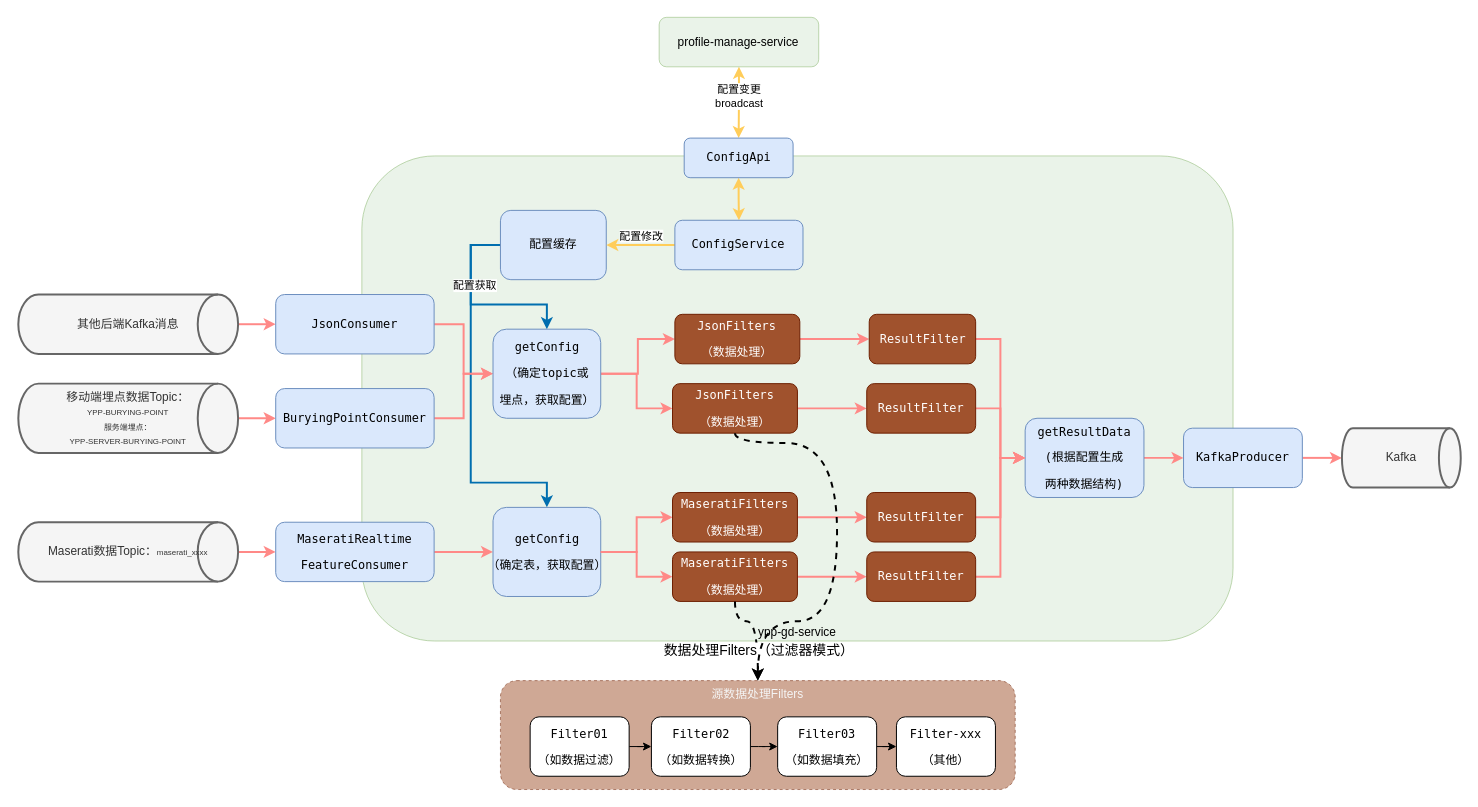
The draw.io diagram gd-service运行视图.drawio in qingchao-kong/draw.io, before the edit. Source tidied: cells renumbered, new cells numbered last; positions are measured from the earlier drawing's top-left corner, leaving out a move shared by most shapes. Both pictures are drawn from the tidied source at 99%, with x=0, y=0 at pixel (18, 17).
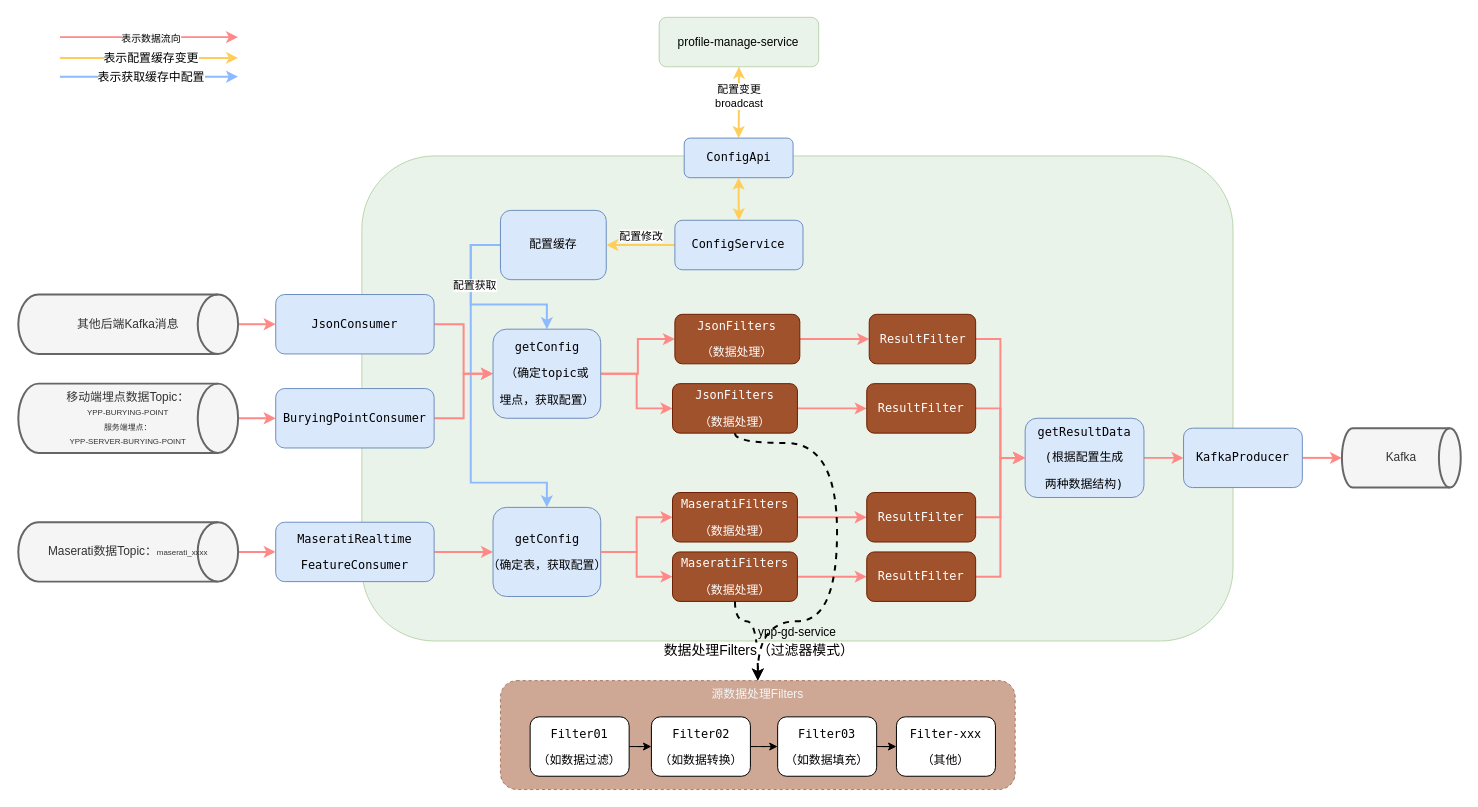
After the change.

The change refers to these unchanged cells:
```xml
<mxCell id="19" value="&lt;pre style=&quot;font-family: &amp;#34;menlo&amp;#34; ; font-size: 9pt&quot;&gt;&lt;pre style=&quot;font-family: &amp;#34;menlo&amp;#34; ; font-size: 9pt&quot;&gt;&lt;pre style=&quot;font-family: &amp;#34;menlo&amp;#34; ; font-size: 9pt&quot;&gt;&lt;pre style=&quot;font-size: 9pt ; font-family: &amp;#34;menlo&amp;#34;&quot;&gt;配置缓存&lt;/pre&gt;&lt;/pre&gt;&lt;/pre&gt;&lt;/pre&gt;" style="rounded=1;whiteSpace=wrap;html=1;fillColor=#dae8fc;strokeColor=#6c8ebf;" parent="1" vertex="1">
  <mxGeometry x="487" y="195" width="106.9" height="70" as="geometry" />
</mxCell>
<mxCell id="23" value="&lt;pre style=&quot;font-family: &amp;#34;menlo&amp;#34; ; font-size: 9pt&quot;&gt;&lt;pre style=&quot;font-family: &amp;#34;menlo&amp;#34; ; font-size: 9pt&quot;&gt;&lt;pre style=&quot;font-family: &amp;#34;menlo&amp;#34; ; font-size: 9pt&quot;&gt;&lt;pre style=&quot;font-size: 9pt ; font-family: &amp;#34;menlo&amp;#34;&quot;&gt;getConfig&lt;/pre&gt;&lt;pre style=&quot;font-size: 9pt ; font-family: &amp;#34;menlo&amp;#34;&quot;&gt;（确定表，获取配置）&lt;/pre&gt;&lt;/pre&gt;&lt;/pre&gt;&lt;/pre&gt;" style="rounded=1;whiteSpace=wrap;html=1;fillColor=#DAE8FC;strokeColor=#6C8EBF;" parent="1" vertex="1">
  <mxGeometry x="479.5" y="495" width="108.8" height="90" as="geometry" />
</mxCell>
<mxCell id="51" value="&lt;pre style=&quot;font-family: &amp;#34;menlo&amp;#34; ; font-size: 9pt&quot;&gt;&lt;pre style=&quot;font-family: &amp;#34;menlo&amp;#34; ; font-size: 9pt&quot;&gt;&lt;pre style=&quot;font-family: &amp;#34;menlo&amp;#34; ; font-size: 9pt&quot;&gt;&lt;pre style=&quot;font-size: 9pt ; font-family: &amp;#34;menlo&amp;#34;&quot;&gt;getConfig&lt;/pre&gt;&lt;pre style=&quot;font-size: 9pt ; font-family: &amp;#34;menlo&amp;#34;&quot;&gt;（确定topic或&lt;/pre&gt;&lt;pre style=&quot;font-size: 9pt ; font-family: &amp;#34;menlo&amp;#34;&quot;&gt;埋点，获取配置）&lt;/pre&gt;&lt;/pre&gt;&lt;/pre&gt;&lt;/pre&gt;" style="rounded=1;whiteSpace=wrap;html=1;fillColor=#DAE8FC;strokeColor=#6C8EBF;" parent="1" vertex="1">
  <mxGeometry x="479.5" y="315" width="108.8" height="90" as="geometry" />
</mxCell>
```

The edit, as a diff of the source:
```diff
@@
-    <mxCell id="16" style="edgeStyle=orthogonalEdgeStyle;rounded=0;jettySize=auto;html=1;exitX=0;exitY=0.5;exitDx=0;exitDy=0;entryX=0.5;entryY=0;entryDx=0;entryDy=0;startArrow=none;startFill=0;strokeColor=#006EAF;fillColor=#1ba1e2;strokeWidth=2;" parent="1" edge="1" source="19" target="51">
+    <mxCell id="16" style="edgeStyle=orthogonalEdgeStyle;rounded=0;jettySize=auto;html=1;exitX=0;exitY=0.5;exitDx=0;exitDy=0;entryX=0.5;entryY=0;entryDx=0;entryDy=0;startArrow=none;startFill=0;fillColor=#1ba1e2;strokeWidth=2;strokeColor=#8DB9FF;" parent="1" edge="1" source="19" target="51">
       <mxGeometry relative="1" as="geometry">
         <Array as="points">
           <mxPoint x="457" y="230" />
           <mxPoint x="457" y="290" />
           <mxPoint x="534" y="290" />
         </Array>
       </mxGeometry>
     </mxCell>
-    <mxCell id="17" style="edgeStyle=orthogonalEdgeStyle;rounded=0;jettySize=auto;html=1;exitX=0;exitY=0.5;exitDx=0;exitDy=0;entryX=0.5;entryY=0;entryDx=0;entryDy=0;startArrow=none;startFill=0;strokeWidth=2;strokeColor=#006EAF;" parent="1" edge="1" source="19" target="23">
+    <mxCell id="17" style="edgeStyle=orthogonalEdgeStyle;rounded=0;jettySize=auto;html=1;exitX=0;exitY=0.5;exitDx=0;exitDy=0;entryX=0.5;entryY=0;entryDx=0;entryDy=0;startArrow=none;startFill=0;strokeWidth=2;strokeColor=#8DB9FF;" parent="1" edge="1" source="19" target="23">
       <mxGeometry relative="1" as="geometry">
         <Array as="points">
           <mxPoint x="457" y="230" />
           <mxPoint x="457" y="470" />
           <mxPoint x="534" y="470" />
         </Array>
       </mxGeometry>
     </mxCell>
@@
+    <mxCell id="65" style="endArrow=classic;html=1;fillColor=#ff8987;strokeColor=#ff8987;strokeWidth=2;" parent="1" edge="1">
+      <mxGeometry relative="1" as="geometry">
+        <mxPoint x="42" y="20" as="sourcePoint" />
+        <mxPoint x="222" y="20" as="targetPoint" />
+      </mxGeometry>
+    </mxCell>
+    <mxCell id="66" value="&lt;font style=&quot;font-size: 10px&quot;&gt;表示数据流向&lt;/font&gt;" style="text;html=1;align=center;verticalAlign=middle;labelBackgroundColor=#ffffff;childText;" parent="65" vertex="1">
+      <mxGeometry x="0.07" y="-1" relative="1" as="geometry">
+        <mxPoint x="-5" y="-1" as="offset" />
+      </mxGeometry>
+    </mxCell>
+    <mxCell id="67" style="endArrow=classic;html=1;fillColor=#8db9ff;strokeColor=#8db9ff;strokeWidth=2;" parent="1" edge="1">
+      <mxGeometry relative="1" as="geometry">
+        <mxPoint x="42" y="60" as="sourcePoint" />
+        <mxPoint x="222" y="60" as="targetPoint" />
+      </mxGeometry>
+    </mxCell>
+    <mxCell id="68" value="表示获取缓存中配置" style="text;html=1;align=center;verticalAlign=middle;labelBackgroundColor=#ffffff;childText;" parent="67" vertex="1">
+      <mxGeometry x="0.07" y="-1" relative="1" as="geometry">
+        <mxPoint x="-5" y="-1" as="offset" />
+      </mxGeometry>
+    </mxCell>
+    <mxCell id="69" style="endArrow=classic;html=1;fillColor=#ffcd5a;strokeColor=#ffcd5a;strokeWidth=2;" parent="1" edge="1">
+      <mxGeometry relative="1" as="geometry">
+        <mxPoint x="42" y="41" as="sourcePoint" />
+        <mxPoint x="222" y="41" as="targetPoint" />
+      </mxGeometry>
+    </mxCell>
+    <mxCell id="70" value="表示配置缓存变更" style="text;html=1;align=center;verticalAlign=middle;labelBackgroundColor=#ffffff;childText;" parent="69" vertex="1">
+      <mxGeometry x="0.07" y="-1" relative="1" as="geometry">
+        <mxPoint x="-5" y="-1" as="offset" />
+      </mxGeometry>
+    </mxCell>
```
